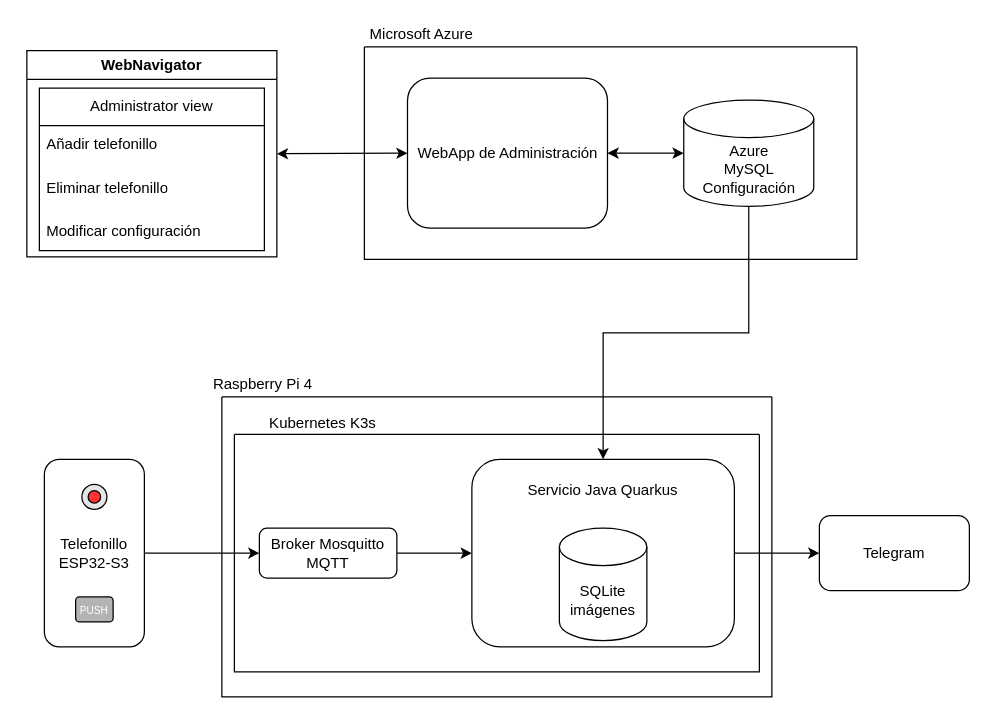
Before: Diagrama_General.drawio in Yikch/DII_PractFinal, a draw.io diagram. Source tidied: cells renumbered, new cells numbered last; positions are measured from the earlier drawing's top-left corner, leaving out a move shared by most shapes. Both pictures are drawn from the tidied source at 125%, with x=0, y=0 at pixel (26, 21).
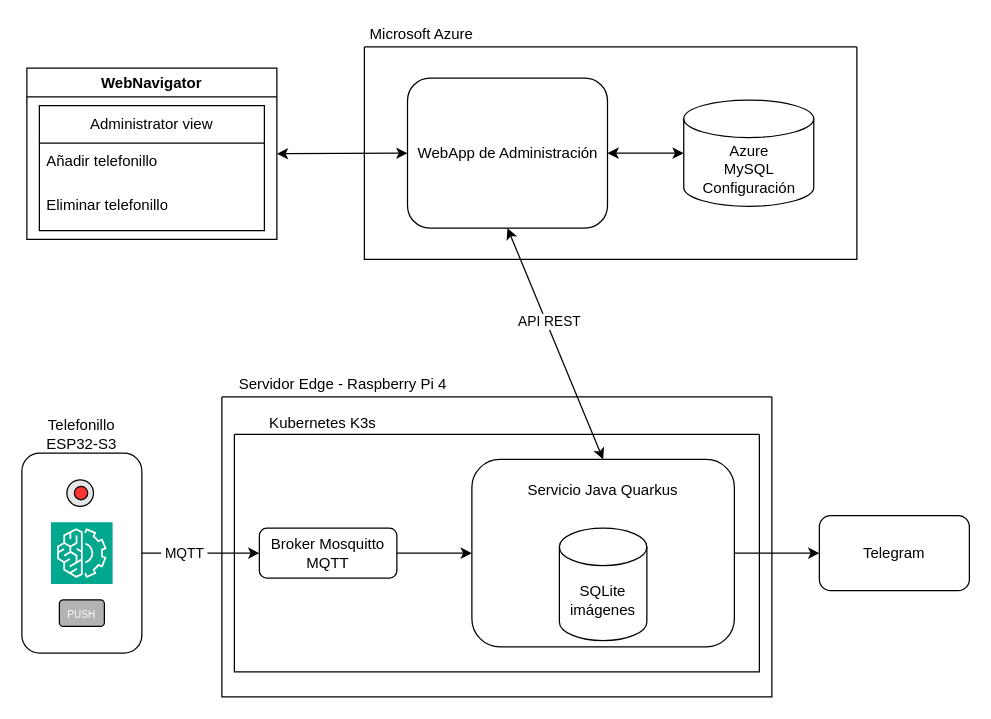
Above is the later version.

Commit message:
Se sube modificacion del drawio

The change refers to these unchanged cells:
```xml
<mxCell id="4" style="rounded=1;whiteSpace=wrap;html=1;" parent="3" vertex="1">
  <mxGeometry x="190" y="20" width="210" height="150" as="geometry" />
</mxCell>
<mxCell id="17" value="WebApp de Administración" style="rounded=1;whiteSpace=wrap;html=1;" parent="16" vertex="1">
  <mxGeometry x="34.5" y="25" width="160" height="120" as="geometry" />
</mxCell>
<mxCell id="18" value="&lt;div&gt;Azure&lt;/div&gt;MySQL&lt;div&gt;Configuración&lt;/div&gt;" style="shape=cylinder3;whiteSpace=wrap;html=1;boundedLbl=1;backgroundOutline=1;size=15;" parent="16" vertex="1">
  <mxGeometry x="255.5" y="42.5" width="104" height="85" as="geometry" />
</mxCell>
<mxCell id="29" style="edgeStyle=orthogonalEdgeStyle;rounded=0;jettySize=auto;html=1;entryX=0;entryY=0.5;entryDx=0;entryDy=0;" parent="1" edge="1" source="12" target="6">
  <mxGeometry relative="1" as="geometry" />
</mxCell>
```

What changed in the source:
```diff
@@
-    <mxCell id="10" value="Raspberry Pi 4" style="text;html=1;whiteSpace=wrap;strokeColor=none;fillColor=none;align=center;verticalAlign=middle;rounded=0;" parent="1" vertex="1">
-      <mxGeometry x="94" y="280" width="190" height="20" as="geometry" />
+    <mxCell id="10" value="Servidor Edge - Raspberry Pi 4" style="text;html=1;whiteSpace=wrap;strokeColor=none;fillColor=none;align=center;verticalAlign=middle;rounded=0;" parent="1" vertex="1">
+      <mxGeometry x="156" y="280" width="194" height="20" as="geometry" />
     </mxCell>
     <mxCell id="11" style="group;" parent="1" vertex="1">
-      <mxGeometry x="14" y="350" width="80" height="150" as="geometry" />
+      <mxGeometry x="-4" y="345" width="96" height="160" as="geometry" />
     </mxCell>
-    <mxCell id="12" value="Telefonillo&lt;div&gt;ESP32-S3&lt;/div&gt;" style="rounded=1;whiteSpace=wrap;html=1;" parent="11" vertex="1">
-      <mxGeometry width="80" height="150" as="geometry" />
+    <mxCell id="12" style="rounded=1;whiteSpace=wrap;html=1;" parent="11" vertex="1">
+      <mxGeometry width="96" height="160" as="geometry" />
     </mxCell>
+    <mxCell id="14" value="&lt;font style=&quot;color: rgb(255, 255, 255); font-size: 8px;&quot;&gt;PUSH&lt;/font&gt;" style="rounded=1;whiteSpace=wrap;html=1;fillColor=#B3B3B3;" parent="11" vertex="1">
+      <mxGeometry x="30" y="117.3" width="36" height="21.3" as="geometry" />
+    </mxCell>
+    <mxCell id="31" style="group;" parent="11" vertex="1">
+      <mxGeometry x="36" y="21.3" width="40.7" height="40" as="geometry" />
+    </mxCell>
-    <mxCell id="13" style="ellipse;whiteSpace=wrap;html=1;fillColor=#E6E6E6;" parent="11" vertex="1">
-      <mxGeometry x="30" y="20" width="20" height="20" as="geometry" />
+    <mxCell id="13" style="ellipse;whiteSpace=wrap;html=1;fillColor=#E6E6E6;" parent="31" vertex="1">
+      <mxGeometry width="21.3" height="21.3" as="geometry" />
     </mxCell>
-    <mxCell id="14" value="&lt;font style=&quot;color: rgb(255, 255, 255); font-size: 8px;&quot;&gt;PUSH&lt;/font&gt;" style="rounded=1;whiteSpace=wrap;html=1;fillColor=#B3B3B3;" parent="11" vertex="1">
-      <mxGeometry x="25" y="110" width="30" height="20" as="geometry" />
-    </mxCell>
-    <mxCell id="15" style="ellipse;whiteSpace=wrap;html=1;fillColor=#FF3333;" parent="11" vertex="1">
-      <mxGeometry x="35" y="25" width="10" height="10" as="geometry" />
+    <mxCell id="15" style="ellipse;whiteSpace=wrap;html=1;fillColor=#FF3333;" parent="31" vertex="1">
+      <mxGeometry x="6" y="5.3" width="10.7" height="10.7" as="geometry" />
     </mxCell>
+    <mxCell id="32" style="sketch=0;fontColor=#232F3E;fillColor=#01A88D;strokeColor=#ffffff;dashed=0;verticalLabelPosition=bottom;verticalAlign=top;align=center;html=1;fontSize=12;fontStyle=0;shape=mxgraph.aws4.resourceIcon;resIcon=mxgraph.aws4.machine_learning;" parent="11" vertex="1">
+      <mxGeometry x="23.3" y="55.3" width="49.3" height="49.3" as="geometry" />
+    </mxCell>
@@
     <mxCell id="22" value="WebNavigator" style="swimlane;whiteSpace=wrap;html=1;" parent="1" vertex="1">
-      <mxGeometry y="23" width="200" height="165" as="geometry" />
+      <mxGeometry y="37" width="200" height="137" as="geometry" />
     </mxCell>
     <mxCell id="23" value="Administrator view" style="swimlane;fontStyle=0;horizontal=1;startSize=30;whiteSpace=wrap;html=1;" parent="22" vertex="1">
-      <mxGeometry x="10" y="30" width="180" height="130" as="geometry" />
+      <mxGeometry x="10" y="30" width="180" height="100" as="geometry" />
     </mxCell>
@@
-    <mxCell id="26" value="Modificar configuración" style="text;strokeColor=none;fillColor=none;align=left;verticalAlign=middle;spacingLeft=4;spacingRight=4;overflow=hidden;whiteSpace=wrap;html=1;" parent="23" vertex="1">
-      <mxGeometry y="100" width="180" height="30" as="geometry" />
-    </mxCell>
@@
-    <mxCell id="28" style="edgeStyle=orthogonalEdgeStyle;rounded=0;jettySize=auto;html=1;" parent="1" edge="1" source="18" target="4">
-      <mxGeometry relative="1" as="geometry" />
-    </mxCell>
@@
+    <mxCell id="33" value="&amp;nbsp;MQTT&amp;nbsp;" style="edgeLabel;html=1;align=center;verticalAlign=middle;" parent="29" vertex="1">
+      <mxGeometry x="-0.29" y="3" relative="1" as="geometry">
+        <mxPoint y="2" as="offset" />
+      </mxGeometry>
+    </mxCell>
@@
+    <mxCell id="34" style="endArrow=classic;startArrow=classic;html=1;rounded=0;entryX=0.5;entryY=1;entryDx=0;entryDy=0;exitX=0.5;exitY=0;exitDx=0;exitDy=0;" parent="1" edge="1" source="4" target="17">
+      <mxGeometry relative="1" as="geometry" />
+    </mxCell>
+    <mxCell id="35" value="API REST" style="edgeLabel;html=1;align=center;verticalAlign=middle;" parent="34" vertex="1">
+      <mxGeometry x="0.19" y="-2" relative="1" as="geometry" />
+    </mxCell>
+    <mxCell id="36" value="Telefonillo&lt;div&gt;ESP32-S3&lt;/div&gt;" style="text;html=1;whiteSpace=wrap;strokeColor=none;fillColor=none;align=center;verticalAlign=middle;rounded=0;" parent="1" vertex="1">
+      <mxGeometry x="14" y="315" width="60" height="30" as="geometry" />
+    </mxCell>
```
